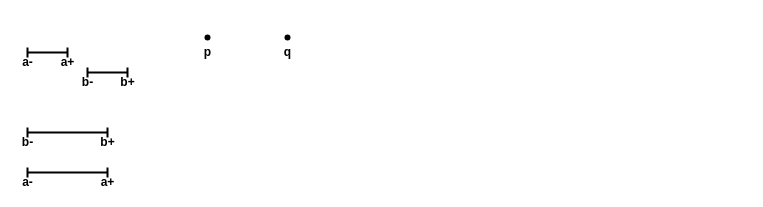
gchudnov/mindthegap keeps this draw.io diagram as page "Relations-Src" (4 of 4) of res/resources.drawio. Above is the earlier version. Source tidied: cells renumbered, new cells numbered last; positions are measured from the earlier drawing's top-left corner, leaving out a move shared by most shapes. Both pictures are drawn from the tidied source at 100%, with x=0, y=0 at pixel (17, 17).
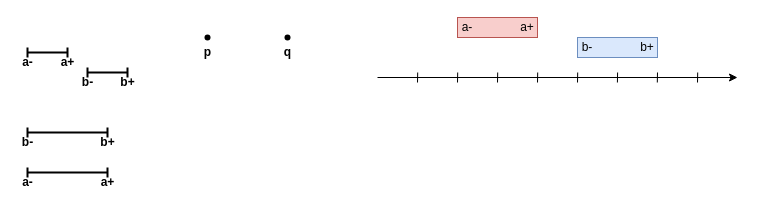
The same diagram, later.

The edit, as a diff of the source:
```diff
@@
+    <mxCell id="20" style="rounded=0;whiteSpace=wrap;html=1;fontSize=12;strokeWidth=1;fillColor=#f8cecc;strokeColor=#b85450;" parent="1" vertex="1">
+      <mxGeometry x="440" width="80" height="20" as="geometry" />
+    </mxCell>
+    <mxCell id="21" style="rounded=0;whiteSpace=wrap;html=1;fontSize=12;strokeWidth=1;fillColor=#dae8fc;strokeColor=#6c8ebf;" parent="1" vertex="1">
+      <mxGeometry x="560" y="20" width="80" height="20" as="geometry" />
+    </mxCell>
+    <mxCell id="22" style="endArrow=classic;html=1;fontSize=12;strokeWidth=1;" parent="1" edge="1">
+      <mxGeometry relative="1" as="geometry">
+        <mxPoint x="360" y="60" as="sourcePoint" />
+        <mxPoint x="720" y="60" as="targetPoint" />
+      </mxGeometry>
+    </mxCell>
+    <mxCell id="23" style="endArrow=none;html=1;fontSize=12;spacing=1;" parent="1" edge="1">
+      <mxGeometry relative="1" as="geometry">
+        <mxPoint x="639.8" y="65" as="sourcePoint" />
+        <mxPoint x="640" y="55" as="targetPoint" />
+      </mxGeometry>
+    </mxCell>
+    <mxCell id="24" value="a-" style="text;html=1;strokeColor=none;fillColor=none;align=center;verticalAlign=middle;whiteSpace=wrap;rounded=0;fontSize=12;" parent="1" vertex="1">
+      <mxGeometry x="440" width="20" height="20" as="geometry" />
+    </mxCell>
+    <mxCell id="25" value="a+" style="text;html=1;strokeColor=none;fillColor=none;align=center;verticalAlign=middle;whiteSpace=wrap;rounded=0;fontSize=12;" parent="1" vertex="1">
+      <mxGeometry x="500" width="20" height="20" as="geometry" />
+    </mxCell>
+    <mxCell id="26" value="b-" style="text;html=1;strokeColor=none;fillColor=none;align=center;verticalAlign=middle;whiteSpace=wrap;rounded=0;fontSize=12;" parent="1" vertex="1">
+      <mxGeometry x="560" y="20" width="20" height="20" as="geometry" />
+    </mxCell>
+    <mxCell id="27" value="b+" style="text;html=1;strokeColor=none;fillColor=none;align=center;verticalAlign=middle;whiteSpace=wrap;rounded=0;fontSize=12;" parent="1" vertex="1">
+      <mxGeometry x="620" y="20" width="20" height="20" as="geometry" />
+    </mxCell>
+    <mxCell id="28" style="endArrow=none;html=1;fontSize=12;" parent="1" edge="1">
+      <mxGeometry relative="1" as="geometry">
+        <mxPoint x="680" y="65" as="sourcePoint" />
+        <mxPoint x="680.2" y="55" as="targetPoint" />
+      </mxGeometry>
+    </mxCell>
+    <mxCell id="29" style="endArrow=none;html=1;fontSize=12;spacing=2;" parent="1" edge="1">
+      <mxGeometry relative="1" as="geometry">
+        <mxPoint x="599.9" y="65" as="sourcePoint" />
+        <mxPoint x="600.1" y="55" as="targetPoint" />
+      </mxGeometry>
+    </mxCell>
+    <mxCell id="30" style="endArrow=none;html=1;fontSize=12;spacing=2;" parent="1" edge="1">
+      <mxGeometry relative="1" as="geometry">
+        <mxPoint x="560" y="65" as="sourcePoint" />
+        <mxPoint x="560.2" y="55" as="targetPoint" />
+      </mxGeometry>
+    </mxCell>
+    <mxCell id="31" style="endArrow=none;html=1;fontSize=12;spacing=2;" parent="1" edge="1">
+      <mxGeometry relative="1" as="geometry">
+        <mxPoint x="520" y="65" as="sourcePoint" />
+        <mxPoint x="520.2" y="55" as="targetPoint" />
+      </mxGeometry>
+    </mxCell>
+    <mxCell id="32" style="endArrow=none;html=1;fontSize=12;spacing=2;" parent="1" edge="1">
+      <mxGeometry relative="1" as="geometry">
+        <mxPoint x="480" y="65" as="sourcePoint" />
+        <mxPoint x="480.2" y="55" as="targetPoint" />
+      </mxGeometry>
+    </mxCell>
+    <mxCell id="33" style="endArrow=none;html=1;fontSize=12;spacing=2;" parent="1" edge="1">
+      <mxGeometry relative="1" as="geometry">
+        <mxPoint x="440" y="65" as="sourcePoint" />
+        <mxPoint x="440.2" y="55" as="targetPoint" />
+      </mxGeometry>
+    </mxCell>
+    <mxCell id="34" style="endArrow=none;html=1;fontSize=12;spacing=2;" parent="1" edge="1">
+      <mxGeometry relative="1" as="geometry">
+        <mxPoint x="400" y="65" as="sourcePoint" />
+        <mxPoint x="400.2" y="55" as="targetPoint" />
+      </mxGeometry>
+    </mxCell>
```
